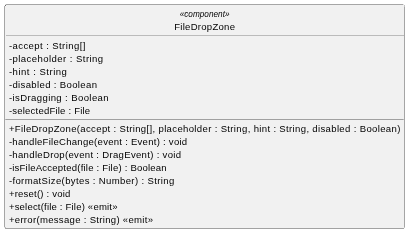
Above: src/PB/DocumentazioneEsterna/Specifica_Tecnica/content/05-diagrammi-classi/uml/png/frontend/componenti/FileDropZone.png in GroupRubberDuck/Documentazione (PlantUML), before the change. Its source is kept beside it as src/PB/DocumentazioneEsterna/Specifica_Tecnica/content/05-diagrammi-classi/uml/puml/Frontend/componenti_base/FileDropZone.puml.
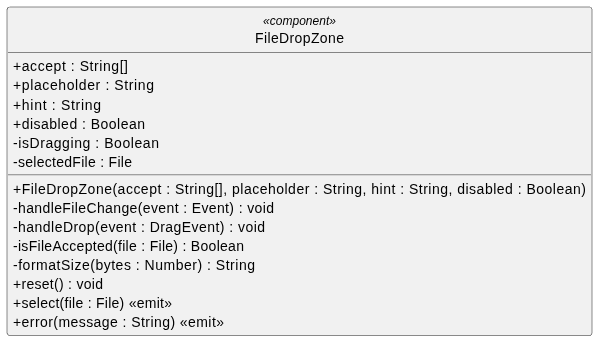
Later version of the same file.

The edit, as a diff of the source:
```diff
@@ -8,10 +8,10 @@
 
 
 class FileDropZone <<component>> {
-  - accept : String[]
-  -  placeholder : String
-  -  hint : String
-  -  disabled : Boolean
+  + accept : String[]
+  +  placeholder : String
+  +  hint : String
+  +  disabled : Boolean
   - isDragging : Boolean
   - selectedFile : File
 
```
